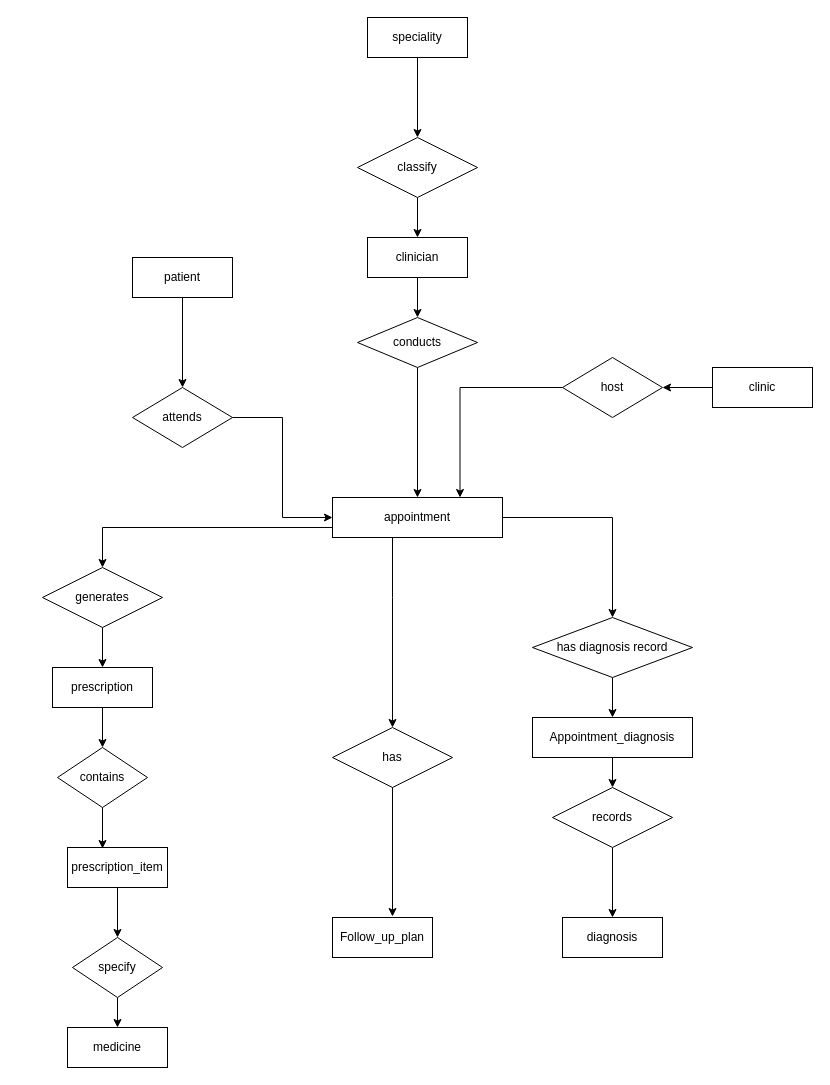
The draw.io diagram page "crownfield_hospital_conceptual _diagram" (1 of 2) of Copy of Logical diagram final  .drawio in Hina-Db/database_project, before the edit. Source tidied: cells renumbered, new cells numbered last; positions are measured from the earlier drawing's top-left corner, leaving out a move shared by most shapes. Both pictures are drawn from the tidied source at 100%, with x=0, y=0 at pixel (42, 17).
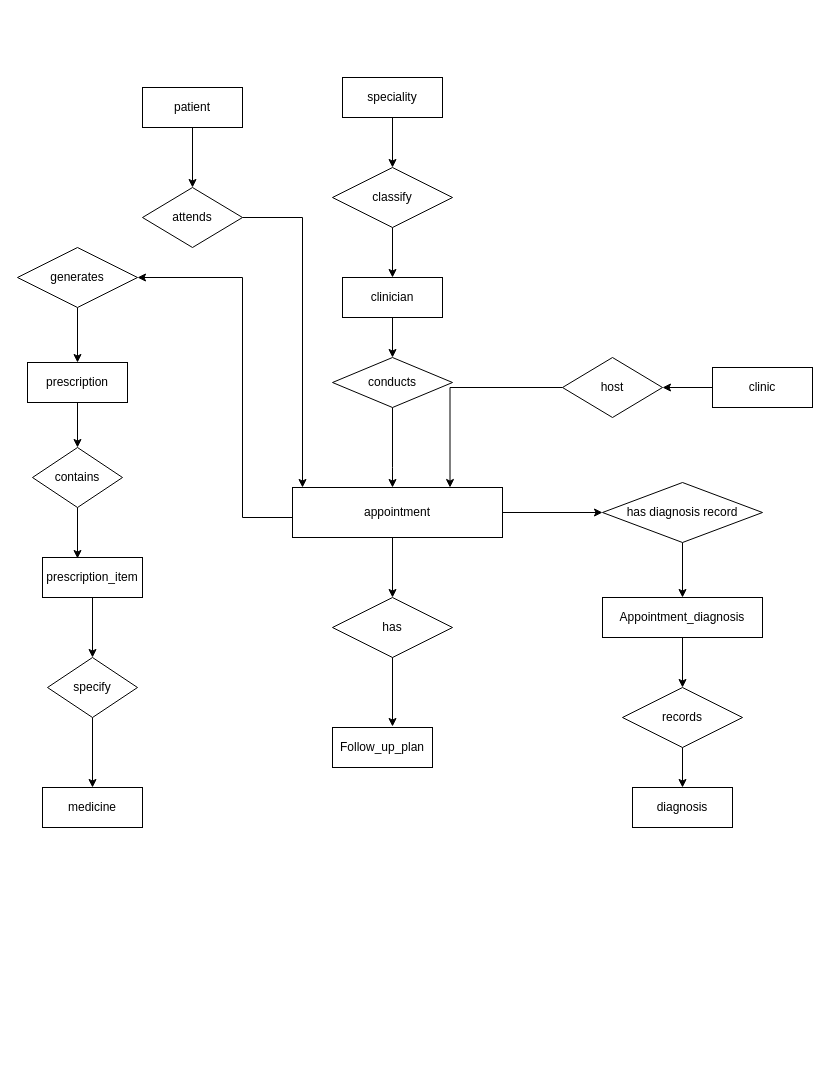
The same diagram, later.

Change to the diagram source:
```diff
@@
-    <mxCell id="2" style="edgeStyle=orthogonalEdgeStyle;rounded=0;jettySize=auto;html=1;defaultLabelBackgroundColor=gap;" parent="1" edge="1" source="3" target="26">
+    <mxCell id="2" style="edgeStyle=orthogonalEdgeStyle;rounded=0;jettySize=auto;html=1;defaultLabelBackgroundColor=page;" parent="1" edge="1" source="3" target="26">
       <mxGeometry relative="1" as="geometry" />
     </mxCell>
     <mxCell id="3" value="patient" style="whiteSpace=wrap;html=1;align=center;" parent="1" vertex="1">
-      <mxGeometry x="90" y="240" width="100" height="40" as="geometry" />
+      <mxGeometry x="100" y="70" width="100" height="40" as="geometry" />
     </mxCell>
@@
     <mxCell id="5" value="clinician" style="whiteSpace=wrap;html=1;align=center;" parent="1" vertex="1">
-      <mxGeometry x="325" y="220" width="100" height="40" as="geometry" />
+      <mxGeometry x="300" y="260" width="100" height="40" as="geometry" />
     </mxCell>
@@
     <mxCell id="7" value="speciality" style="whiteSpace=wrap;html=1;align=center;" parent="1" vertex="1">
-      <mxGeometry x="325" width="100" height="40" as="geometry" />
+      <mxGeometry x="300" y="60" width="100" height="40" as="geometry" />
     </mxCell>
@@
-    <mxCell id="12" style="edgeStyle=orthogonalEdgeStyle;rounded=0;jettySize=auto;html=1;entryX=0.5;entryY=0;entryDx=0;entryDy=0;defaultLabelBackgroundColor=gap;" parent="1" edge="1" source="13" target="42">
-      <mxGeometry relative="1" as="geometry">
-        <Array as="points">
-          <mxPoint x="60" y="510" />
-        </Array>
-      </mxGeometry>
-    </mxCell>
     <mxCell id="13" value="appointment" style="whiteSpace=wrap;html=1;align=center;" parent="1" vertex="1">
-      <mxGeometry x="290" y="480" width="170" height="40" as="geometry" />
+      <mxGeometry x="250" y="470" width="210" height="50" as="geometry" />
     </mxCell>
     <mxCell id="14" value="diagnosis" style="whiteSpace=wrap;html=1;align=center;" parent="1" vertex="1">
-      <mxGeometry x="520" y="900" width="100" height="40" as="geometry" />
+      <mxGeometry x="590" y="770" width="100" height="40" as="geometry" />
     </mxCell>
@@
     <mxCell id="16" value="Appointment_diagnosis" style="whiteSpace=wrap;html=1;align=center;" parent="1" vertex="1">
-      <mxGeometry x="490" y="700" width="160" height="40" as="geometry" />
+      <mxGeometry x="560" y="580" width="160" height="40" as="geometry" />
     </mxCell>
@@
     <mxCell id="18" value="prescription" style="whiteSpace=wrap;html=1;align=center;" parent="1" vertex="1">
-      <mxGeometry x="10" y="650" width="100" height="40" as="geometry" />
+      <mxGeometry x="-15" y="345" width="100" height="40" as="geometry" />
     </mxCell>
     <mxCell id="19" value="medicine" style="whiteSpace=wrap;html=1;align=center;" parent="1" vertex="1">
-      <mxGeometry x="25" y="1010" width="100" height="40" as="geometry" />
+      <mxGeometry y="770" width="100" height="40" as="geometry" />
     </mxCell>
@@
     <mxCell id="21" value="prescription_item" style="whiteSpace=wrap;html=1;align=center;" parent="1" vertex="1">
-      <mxGeometry x="25" y="830" width="100" height="40" as="geometry" />
+      <mxGeometry y="540" width="100" height="40" as="geometry" />
     </mxCell>
     <mxCell id="22" value="Follow_up_plan" style="whiteSpace=wrap;html=1;align=center;" parent="1" vertex="1">
-      <mxGeometry x="290" y="900" width="100" height="40" as="geometry" />
+      <mxGeometry x="290" y="710" width="100" height="40" as="geometry" />
     </mxCell>
@@
     <mxCell id="24" value="classify" style="shape=rhombus;perimeter=rhombusPerimeter;whiteSpace=wrap;html=1;align=center;" parent="1" vertex="1">
-      <mxGeometry x="315" y="120" width="120" height="60" as="geometry" />
+      <mxGeometry x="290" y="150" width="120" height="60" as="geometry" />
     </mxCell>
-    <mxCell id="25" style="edgeStyle=orthogonalEdgeStyle;rounded=0;jettySize=auto;html=1;entryX=0;entryY=0.5;entryDx=0;entryDy=0;defaultLabelBackgroundColor=gap;" parent="1" edge="1" source="26" target="13">
-      <mxGeometry relative="1" as="geometry" />
+    <mxCell id="25" style="edgeStyle=orthogonalEdgeStyle;rounded=0;jettySize=auto;html=1;defaultLabelBackgroundColor=gap;exitX=1;exitY=0.5;exitDx=0;exitDy=0;" parent="1" edge="1" source="26" target="13">
+      <mxGeometry x="0.06" relative="1" as="geometry">
+        <Array as="points">
+          <mxPoint x="260" y="200" />
+        </Array>
+      </mxGeometry>
     </mxCell>
     <mxCell id="26" value="attends" style="shape=rhombus;perimeter=rhombusPerimeter;whiteSpace=wrap;html=1;align=center;" parent="1" vertex="1">
-      <mxGeometry x="90" y="370" width="100" height="60" as="geometry" />
+      <mxGeometry x="100" y="170" width="100" height="60" as="geometry" />
     </mxCell>
-    <mxCell id="27" style="edgeStyle=orthogonalEdgeStyle;rounded=0;jettySize=auto;html=1;entryX=0.5;entryY=0;entryDx=0;entryDy=0;defaultLabelBackgroundColor=gap;" parent="1" edge="1" source="28" target="13">
-      <mxGeometry relative="1" as="geometry" />
+    <mxCell id="27" style="edgeStyle=orthogonalEdgeStyle;rounded=0;jettySize=auto;html=1;defaultLabelBackgroundColor=page;" parent="1" edge="1" source="28" target="13">
+      <mxGeometry relative="1" as="geometry">
+        <Array as="points">
+          <mxPoint x="350" y="450" />
+          <mxPoint x="350" y="450" />
+        </Array>
+      </mxGeometry>
     </mxCell>
     <mxCell id="28" value="conducts" style="shape=rhombus;perimeter=rhombusPerimeter;whiteSpace=wrap;html=1;align=center;" parent="1" vertex="1">
-      <mxGeometry x="315" y="300" width="120" height="50" as="geometry" />
+      <mxGeometry x="290" y="340" width="120" height="50" as="geometry" />
     </mxCell>
@@
     <mxCell id="32" value="has diagnosis record" style="shape=rhombus;perimeter=rhombusPerimeter;whiteSpace=wrap;html=1;align=center;" parent="1" vertex="1">
-      <mxGeometry x="490" y="600" width="160" height="60" as="geometry" />
+      <mxGeometry x="560" y="465" width="160" height="60" as="geometry" />
     </mxCell>
@@
     <mxCell id="34" value="records" style="shape=rhombus;perimeter=rhombusPerimeter;whiteSpace=wrap;html=1;align=center;" parent="1" vertex="1">
-      <mxGeometry x="510" y="770" width="120" height="60" as="geometry" />
+      <mxGeometry x="580" y="670" width="120" height="60" as="geometry" />
     </mxCell>
-    <mxCell id="35" style="edgeStyle=orthogonalEdgeStyle;rounded=0;jettySize=auto;html=1;defaultLabelBackgroundColor=gap;" parent="1" edge="1" source="42" target="18">
-      <mxGeometry relative="1" as="geometry" />
-    </mxCell>
     <mxCell id="36" value="contains" style="shape=rhombus;perimeter=rhombusPerimeter;whiteSpace=wrap;html=1;align=center;" parent="1" vertex="1">
-      <mxGeometry x="15" y="730" width="90" height="60" as="geometry" />
+      <mxGeometry x="-10" y="430" width="90" height="60" as="geometry" />
     </mxCell>
@@
     <mxCell id="38" value="specify" style="shape=rhombus;perimeter=rhombusPerimeter;whiteSpace=wrap;html=1;align=center;" parent="1" vertex="1">
-      <mxGeometry x="30" y="920" width="90" height="60" as="geometry" />
+      <mxGeometry x="5" y="640" width="90" height="60" as="geometry" />
     </mxCell>
@@
     <mxCell id="40" value="has" style="shape=rhombus;perimeter=rhombusPerimeter;whiteSpace=wrap;html=1;align=center;" parent="1" vertex="1">
-      <mxGeometry x="290" y="710" width="120" height="60" as="geometry" />
+      <mxGeometry x="290" y="580" width="120" height="60" as="geometry" />
     </mxCell>
@@
+    <mxCell id="35" style="edgeStyle=orthogonalEdgeStyle;rounded=0;jettySize=auto;html=1;defaultLabelBackgroundColor=page;" parent="1" edge="1" source="42" target="18">
+      <mxGeometry relative="1" as="geometry" />
+    </mxCell>
     <mxCell id="42" value="generates" style="shape=rhombus;perimeter=rhombusPerimeter;whiteSpace=wrap;html=1;align=center;" parent="1" vertex="1">
-      <mxGeometry y="550" width="120" height="60" as="geometry" />
+      <mxGeometry x="-25" y="230" width="120" height="60" as="geometry" />
     </mxCell>
+    <mxCell id="12" style="edgeStyle=orthogonalEdgeStyle;rounded=0;jettySize=auto;html=1;defaultLabelBackgroundColor=page;entryX=1;entryY=0.5;entryDx=0;entryDy=0;" parent="1" edge="1" source="13" target="42">
+      <mxGeometry x="-0.27" relative="1" as="geometry">
+        <Array as="points">
+          <mxPoint x="200" y="500" />
+          <mxPoint x="200" y="260" />
+        </Array>
+      </mxGeometry>
+    </mxCell>
```
